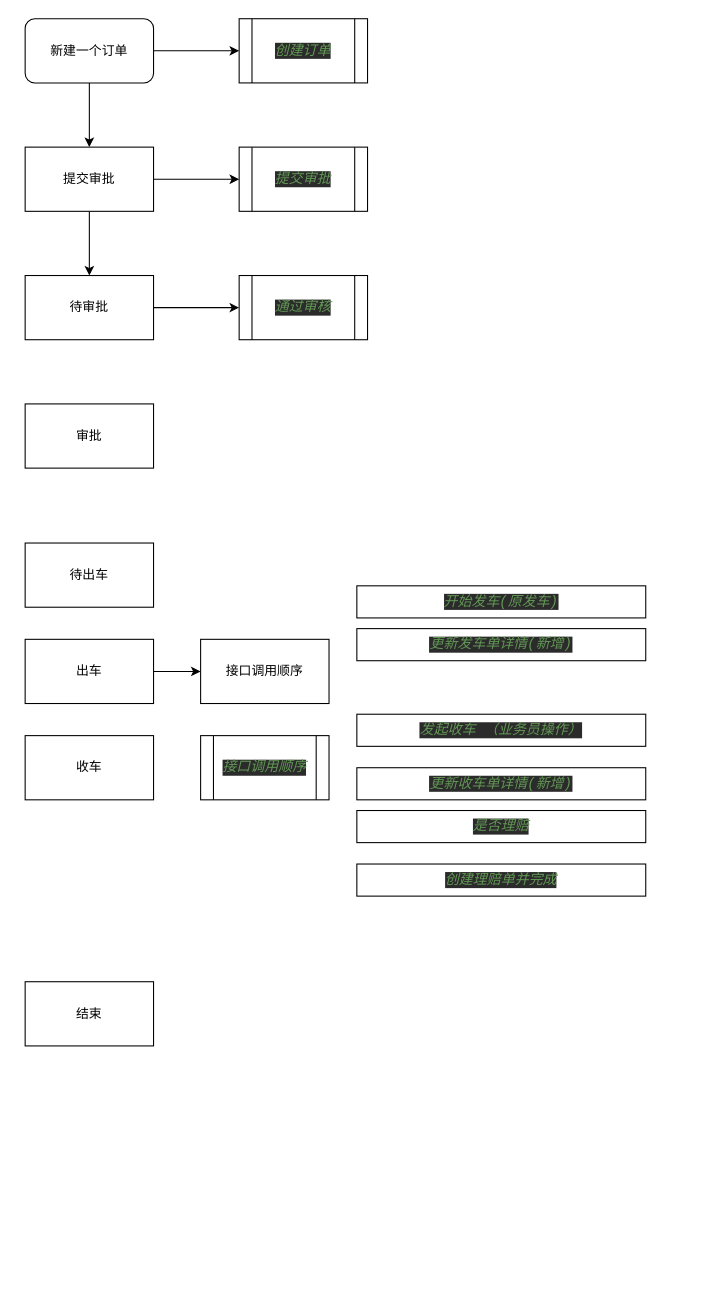
yangrenqing/yangrenqing keeps this draw.io diagram as Untitled Diagram.drawio. Above is the earlier version. Source tidied: cells renumbered, new cells numbered last; positions are measured from the earlier drawing's top-left corner, leaving out a move shared by most shapes. Both pictures are drawn from the tidied source at 107%, with x=0, y=0 at pixel (25, 18).
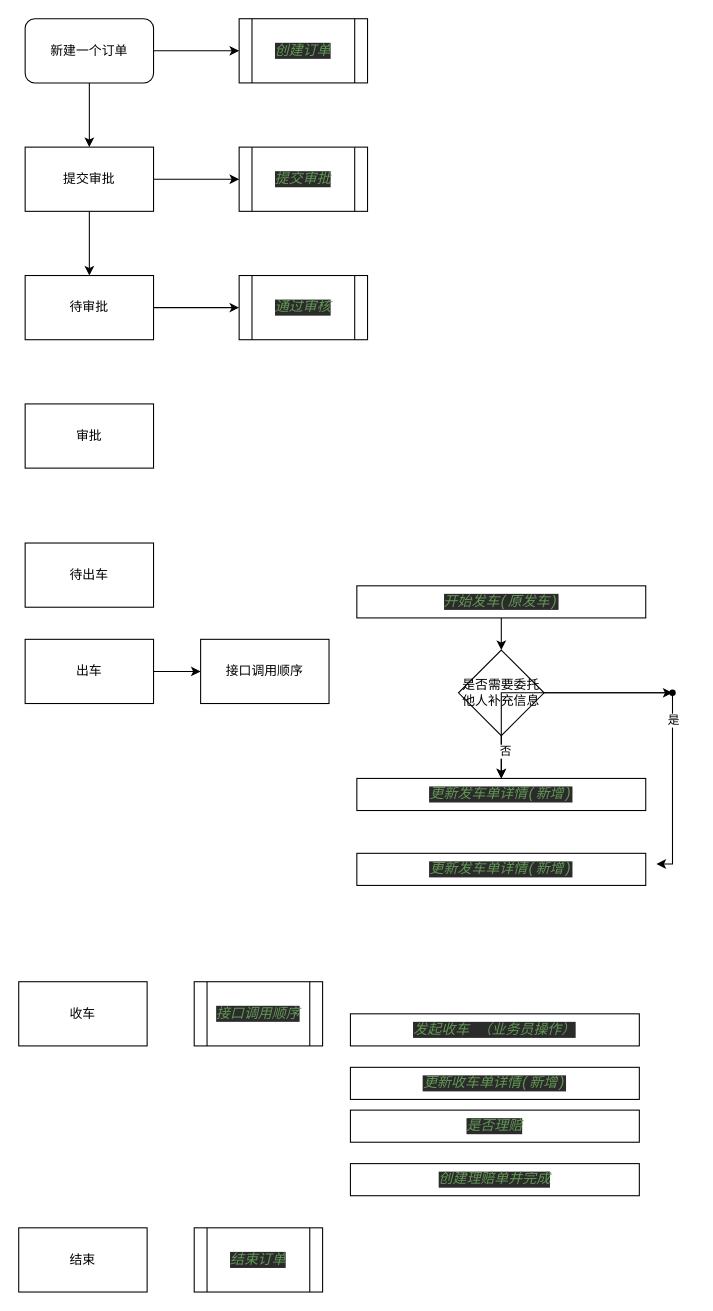
Above is the later version.

The change refers to these unchanged cells:
```xml
<mxCell id="14" value="&lt;pre style=&quot;background-color: #2b2b2b ; color: #a9b7c6 ; font-family: &amp;#34;jetbrains mono&amp;#34; , monospace ; font-size: 9.8pt&quot;&gt;&lt;span style=&quot;color: #629755 ; font-style: italic&quot;&gt;开始发车(原发车)&lt;/span&gt;&lt;/pre&gt;" style="rounded=0;whiteSpace=wrap;html=1;" parent="1" vertex="1">
  <mxGeometry x="310" y="530" width="270" height="30" as="geometry" />
</mxCell>
```

The edit, as a diff of the source:
```diff
@@
     <mxCell id="11" value="收车" style="rounded=0;whiteSpace=wrap;html=1;" parent="1" vertex="1">
-      <mxGeometry y="670" width="120" height="60" as="geometry" />
+      <mxGeometry x="-6" y="900" width="120" height="60" as="geometry" />
     </mxCell>
     <mxCell id="12" value="结束" style="rounded=0;whiteSpace=wrap;html=1;" parent="1" vertex="1">
-      <mxGeometry y="900" width="120" height="60" as="geometry" />
+      <mxGeometry x="-6" y="1130" width="120" height="60" as="geometry" />
     </mxCell>
@@
+    <mxCell id="27" style="edgeStyle=orthogonalEdgeStyle;rounded=0;jettySize=auto;html=1;" parent="1" edge="1" source="14" target="30">
+      <mxGeometry relative="1" as="geometry" />
+    </mxCell>
@@
     <mxCell id="15" value="&lt;pre style=&quot;background-color: #2b2b2b ; color: #a9b7c6 ; font-family: &amp;#34;jetbrains mono&amp;#34; , monospace ; font-size: 9.8pt&quot;&gt;&lt;span style=&quot;color: #629755 ; font-style: italic&quot;&gt;更新发车单详情(新增)&lt;/span&gt;&lt;/pre&gt;" style="rounded=0;whiteSpace=wrap;html=1;" parent="1" vertex="1">
-      <mxGeometry x="310" y="570" width="270" height="30" as="geometry" />
+      <mxGeometry x="310" y="780" width="270" height="30" as="geometry" />
     </mxCell>
@@
     <mxCell id="22" value="&lt;pre style=&quot;background-color: #2b2b2b ; color: #a9b7c6 ; font-family: &amp;#34;jetbrains mono&amp;#34; , monospace ; font-size: 9.8pt&quot;&gt;&lt;pre style=&quot;font-family: &amp;#34;jetbrains mono&amp;#34; , monospace ; font-size: 9.8pt&quot;&gt;&lt;pre style=&quot;font-family: &amp;#34;jetbrains mono&amp;#34; , monospace ; font-size: 9.8pt&quot;&gt;&lt;pre style=&quot;font-family: &amp;#34;jetbrains mono&amp;#34; , monospace ; font-size: 9.8pt&quot;&gt;&lt;span style=&quot;color: #629755 ; font-style: italic&quot;&gt;接口调用顺序&lt;/span&gt;&lt;/pre&gt;&lt;/pre&gt;&lt;/pre&gt;&lt;/pre&gt;" style="shape=process;whiteSpace=wrap;html=1;backgroundOutline=1;" parent="1" vertex="1">
-      <mxGeometry x="164" y="670" width="120" height="60" as="geometry" />
+      <mxGeometry x="158" y="900" width="120" height="60" as="geometry" />
     </mxCell>
     <mxCell id="23" value="&lt;pre style=&quot;background-color: #2b2b2b ; color: #a9b7c6 ; font-family: &amp;#34;jetbrains mono&amp;#34; , monospace ; font-size: 9.8pt&quot;&gt;&lt;pre style=&quot;font-family: &amp;#34;jetbrains mono&amp;#34; , monospace ; font-size: 9.8pt&quot;&gt;&lt;span style=&quot;color: #629755 ; font-style: italic&quot;&gt;发起收车 （业务员操作）&lt;/span&gt;&lt;/pre&gt;&lt;/pre&gt;" style="rounded=0;whiteSpace=wrap;html=1;" parent="1" vertex="1">
-      <mxGeometry x="310" y="650" width="270" height="30" as="geometry" />
+      <mxGeometry x="304" y="930" width="270" height="30" as="geometry" />
     </mxCell>
     <mxCell id="24" value="&lt;pre style=&quot;background-color: #2b2b2b ; color: #a9b7c6 ; font-family: &amp;#34;jetbrains mono&amp;#34; , monospace ; font-size: 9.8pt&quot;&gt;&lt;span style=&quot;color: #629755 ; font-style: italic&quot;&gt;更新收车单详情(新增)&lt;/span&gt;&lt;/pre&gt;" style="rounded=0;whiteSpace=wrap;html=1;" parent="1" vertex="1">
-      <mxGeometry x="310" y="700" width="270" height="30" as="geometry" />
+      <mxGeometry x="304" y="980" width="270" height="30" as="geometry" />
     </mxCell>
     <mxCell id="25" value="&lt;pre style=&quot;background-color: #2b2b2b ; color: #a9b7c6 ; font-family: &amp;#34;jetbrains mono&amp;#34; , monospace ; font-size: 9.8pt&quot;&gt;&lt;span style=&quot;color: #629755 ; font-style: italic&quot;&gt;是否理赔&lt;/span&gt;&lt;/pre&gt;" style="rounded=0;whiteSpace=wrap;html=1;" parent="1" vertex="1">
-      <mxGeometry x="310" y="740" width="270" height="30" as="geometry" />
+      <mxGeometry x="304" y="1020" width="270" height="30" as="geometry" />
     </mxCell>
     <mxCell id="26" value="&lt;pre style=&quot;background-color: #2b2b2b ; color: #a9b7c6 ; font-family: &amp;#34;jetbrains mono&amp;#34; , monospace ; font-size: 9.8pt&quot;&gt;&lt;span style=&quot;color: #629755 ; font-style: italic&quot;&gt;创建理赔单并完成&lt;/span&gt;&lt;/pre&gt;" style="rounded=0;whiteSpace=wrap;html=1;" parent="1" vertex="1">
-      <mxGeometry x="310" y="790" width="270" height="30" as="geometry" />
+      <mxGeometry x="304" y="1070" width="270" height="30" as="geometry" />
     </mxCell>
+    <mxCell id="28" style="edgeStyle=orthogonalEdgeStyle;rounded=0;jettySize=auto;html=1;" parent="1" edge="1" source="30" target="31">
+      <mxGeometry relative="1" as="geometry" />
+    </mxCell>
+    <mxCell id="29" style="edgeStyle=orthogonalEdgeStyle;rounded=0;jettySize=auto;html=1;" parent="1" edge="1" source="30" target="36">
+      <mxGeometry relative="1" as="geometry" />
+    </mxCell>
+    <mxCell id="30" value="是否需要委托他人补充信息" style="rhombus;whiteSpace=wrap;html=1;" parent="1" vertex="1">
+      <mxGeometry x="405" y="590" width="80" height="80" as="geometry" />
+    </mxCell>
+    <mxCell id="31" value="&lt;pre style=&quot;background-color: #2b2b2b ; color: #a9b7c6 ; font-family: &amp;#34;jetbrains mono&amp;#34; , monospace ; font-size: 9.8pt&quot;&gt;&lt;span style=&quot;color: #629755 ; font-style: italic&quot;&gt;更新发车单详情(新增)&lt;/span&gt;&lt;/pre&gt;" style="rounded=0;whiteSpace=wrap;html=1;" parent="1" vertex="1">
+      <mxGeometry x="310" y="710" width="270" height="30" as="geometry" />
+    </mxCell>
+    <mxCell id="32" style="edgeStyle=orthogonalEdgeStyle;rounded=0;jettySize=auto;html=1;" parent="1" edge="1" source="36" target="31">
+      <mxGeometry relative="1" as="geometry" />
+    </mxCell>
+    <mxCell id="33" value="否" style="edgeLabel;html=1;align=center;verticalAlign=middle;" parent="32" vertex="1">
+      <mxGeometry x="0.78" y="3" relative="1" as="geometry" />
+    </mxCell>
+    <mxCell id="34" style="edgeStyle=orthogonalEdgeStyle;rounded=0;jettySize=auto;html=1;" parent="1" edge="1" source="36">
+      <mxGeometry relative="1" as="geometry">
+        <mxPoint x="590" y="790" as="targetPoint" />
+        <Array as="points">
+          <mxPoint x="605" y="790" />
+        </Array>
+      </mxGeometry>
+    </mxCell>
+    <mxCell id="35" value="是" style="edgeLabel;html=1;align=center;verticalAlign=middle;" parent="34" vertex="1">
+      <mxGeometry x="-0.71" relative="1" as="geometry" />
+    </mxCell>
+    <mxCell id="36" style="shape=waypoint;size=6;points=[];fillColor=#ffffff;perimeter=centerPerimeter;snapToPoint=1;" parent="1" vertex="1">
+      <mxGeometry x="585" y="610" width="40" height="40" as="geometry" />
+    </mxCell>
+    <mxCell id="37" value="&lt;pre style=&quot;background-color: rgb(43 , 43 , 43) ; font-family: &amp;#34;jetbrains mono&amp;#34; , monospace ; font-size: 9.8pt&quot;&gt;&lt;pre style=&quot;font-family: &amp;#34;jetbrains mono&amp;#34; , monospace ; font-size: 9.8pt&quot;&gt;&lt;pre style=&quot;font-family: &amp;#34;jetbrains mono&amp;#34; , monospace ; font-size: 9.8pt&quot;&gt;&lt;pre style=&quot;font-family: &amp;#34;jetbrains mono&amp;#34; , monospace ; font-size: 9.8pt&quot;&gt;&lt;font color=&quot;#629755&quot;&gt;&lt;i&gt;结束订单&lt;/i&gt;&lt;/font&gt;&lt;/pre&gt;&lt;/pre&gt;&lt;/pre&gt;&lt;/pre&gt;" style="shape=process;whiteSpace=wrap;html=1;backgroundOutline=1;" parent="1" vertex="1">
+      <mxGeometry x="158" y="1130" width="120" height="60" as="geometry" />
+    </mxCell>
```
